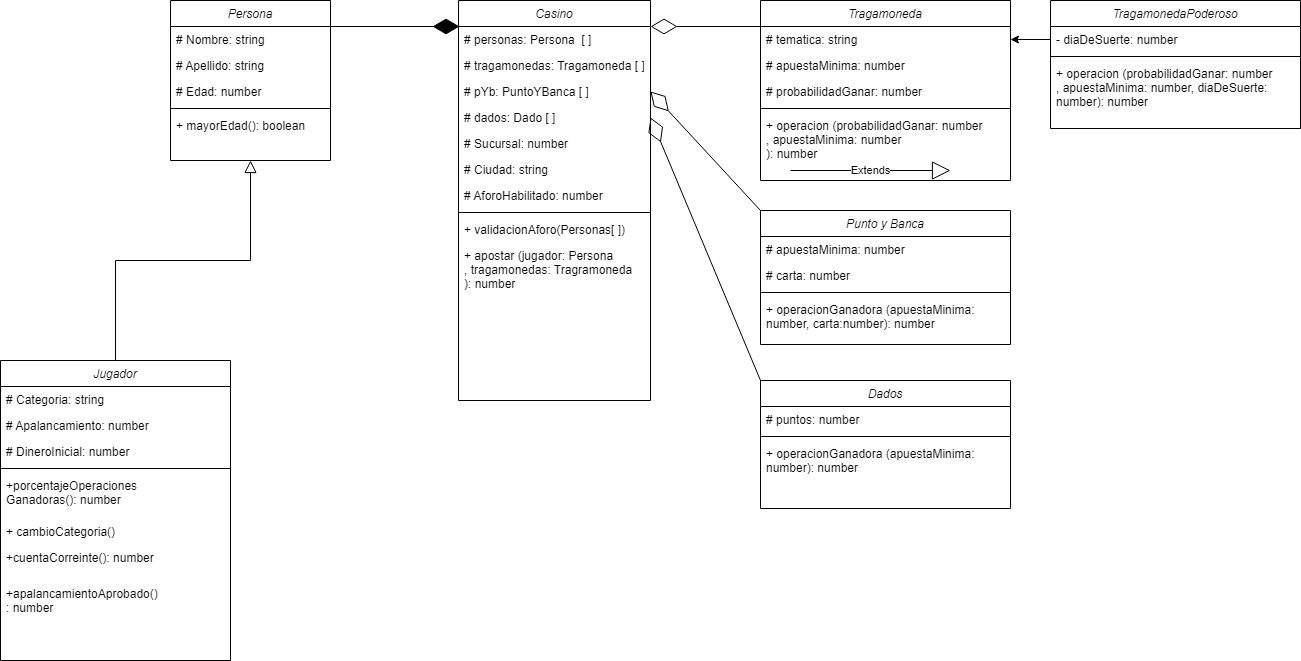
A90G/Casino-POO keeps this draw.io diagram as Casino.drawio.png. Above is the earlier version. Source tidied: cells renumbered, new cells last; positions are measured from the earlier drawing's top-left corner, leaving out a move shared by most shapes.
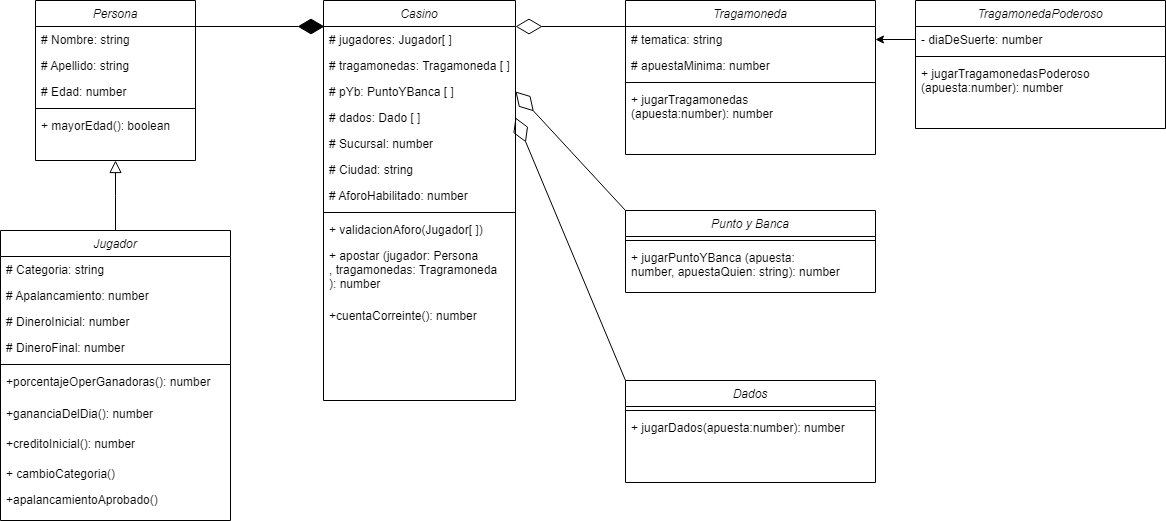
After the change.

Commit message:
uml y txt

The edit, as a diff of the source:
```diff
@@ -21,7 +21,7 @@
       <mxGeometry y="112" width="160" height="26" as="geometry" />
     </mxCell>
     <mxCell id="8" value="Jugador" style="swimlane;fontStyle=2;align=center;verticalAlign=top;horizontal=1;startSize=26;rounded=0;shadow=0;strokeWidth=1;" parent="1" vertex="1">
-      <mxGeometry y="360" width="230" height="300" as="geometry" />
+      <mxGeometry x="135" y="230" width="230" height="290" as="geometry" />
     </mxCell>
     <mxCell id="9" value="# Categoria: string" style="text;align=left;verticalAlign=top;spacingLeft=4;spacingRight=4;overflow=hidden;rounded=0;shadow=0;html=0;" parent="8" vertex="1">
       <mxGeometry y="26" width="230" height="26" as="geometry" />
@@ -32,20 +32,26 @@
     <mxCell id="11" value="# DineroInicial: number" style="text;align=left;verticalAlign=top;spacingLeft=4;spacingRight=4;overflow=hidden;rounded=0;shadow=0;html=0;" parent="8" vertex="1">
       <mxGeometry y="78" width="230" height="26" as="geometry" />
     </mxCell>
+    <mxCell id="54" value="# DineroFinal: number" style="text;align=left;verticalAlign=top;spacingLeft=4;spacingRight=4;overflow=hidden;rounded=0;shadow=0;html=0;" parent="8" vertex="1">
+      <mxGeometry y="104" width="230" height="26" as="geometry" />
+    </mxCell>
     <mxCell id="12" style="line;html=1;strokeWidth=1;align=left;verticalAlign=middle;spacingTop=-1;spacingLeft=3;spacingRight=3;labelPosition=right;" parent="8" vertex="1">
-      <mxGeometry y="104" width="230" height="8" as="geometry" />
+      <mxGeometry y="130" width="230" height="8" as="geometry" />
     </mxCell>
-    <mxCell id="13" value="+porcentajeOperaciones&#10;Ganadoras(): number" style="text;align=left;verticalAlign=top;spacingLeft=4;spacingRight=4;overflow=hidden;fontStyle=0;" parent="8" vertex="1">
-      <mxGeometry y="112" width="230" height="46" as="geometry" />
+    <mxCell id="13" value="+porcentajeOperGanadoras(): number" style="text;align=left;verticalAlign=top;spacingLeft=4;spacingRight=4;overflow=hidden;fontStyle=0;" parent="8" vertex="1">
+      <mxGeometry y="138" width="230" height="32" as="geometry" />
     </mxCell>
+    <mxCell id="55" value="+gananciaDelDia(): number" style="text;align=left;verticalAlign=top;spacingLeft=4;spacingRight=4;overflow=hidden;fontStyle=0;" parent="8" vertex="1">
+      <mxGeometry y="170" width="230" height="30" as="geometry" />
+    </mxCell>
+    <mxCell id="56" value="+creditoInicial(): number" style="text;align=left;verticalAlign=top;spacingLeft=4;spacingRight=4;overflow=hidden;fontStyle=0;" parent="8" vertex="1">
+      <mxGeometry y="200" width="230" height="30" as="geometry" />
+    </mxCell>
     <mxCell id="14" value="+ cambioCategoria()" style="text;align=left;verticalAlign=top;spacingLeft=4;spacingRight=4;overflow=hidden;" parent="8" vertex="1">
-      <mxGeometry y="158" width="230" height="26" as="geometry" />
+      <mxGeometry y="230" width="230" height="26" as="geometry" />
     </mxCell>
-    <mxCell id="15" value="+cuentaCorreinte(): number&#10;" style="text;align=left;verticalAlign=top;spacingLeft=4;spacingRight=4;overflow=hidden;fontStyle=0;" parent="8" vertex="1">
-      <mxGeometry y="184" width="230" height="36" as="geometry" />
-    </mxCell>
-    <mxCell id="16" value="+apalancamientoAprobado()&#10;: number" style="text;align=left;verticalAlign=top;spacingLeft=4;spacingRight=4;overflow=hidden;fontStyle=0;" parent="8" vertex="1">
-      <mxGeometry y="220" width="230" height="46" as="geometry" />
+    <mxCell id="16" value="+apalancamientoAprobado()" style="text;align=left;verticalAlign=top;spacingLeft=4;spacingRight=4;overflow=hidden;fontStyle=0;" parent="8" vertex="1">
+      <mxGeometry y="256" width="230" height="24" as="geometry" />
     </mxCell>
     <mxCell id="17" style="endArrow=block;endSize=10;endFill=0;shadow=0;strokeWidth=1;rounded=0;edgeStyle=elbowEdgeStyle;elbow=vertical;" parent="1" edge="1" source="8" target="2">
       <mxGeometry relative="1" as="geometry" />
@@ -53,7 +59,7 @@
     <mxCell id="18" value="Casino" style="swimlane;fontStyle=2;align=center;verticalAlign=top;horizontal=1;startSize=26;rounded=0;shadow=0;strokeWidth=1;" parent="1" vertex="1">
       <mxGeometry x="458" width="192" height="400" as="geometry" />
     </mxCell>
-    <mxCell id="19" value="# personas: Persona  [ ]" style="text;align=left;verticalAlign=top;spacingLeft=4;spacingRight=4;overflow=hidden;" parent="18" vertex="1">
+    <mxCell id="19" value="# jugadores: Jugador[ ]" style="text;align=left;verticalAlign=top;spacingLeft=4;spacingRight=4;overflow=hidden;" parent="18" vertex="1">
       <mxGeometry y="26" width="192" height="26" as="geometry" />
     </mxCell>
     <mxCell id="20" value="# tragamonedas: Tragamoneda [ ]" style="text;align=left;verticalAlign=top;spacingLeft=4;spacingRight=4;overflow=hidden;rounded=0;shadow=0;html=0;" parent="18" vertex="1">
@@ -77,12 +83,15 @@
     <mxCell id="26" style="line;html=1;strokeWidth=1;align=left;verticalAlign=middle;spacingTop=-1;spacingLeft=3;spacingRight=3;labelPosition=right;" parent="18" vertex="1">
       <mxGeometry y="208" width="192" height="8" as="geometry" />
     </mxCell>
-    <mxCell id="27" value="+ validacionAforo(Personas[ ])" style="text;align=left;verticalAlign=top;spacingLeft=4;spacingRight=4;overflow=hidden;" parent="18" vertex="1">
+    <mxCell id="27" value="+ validacionAforo(Jugador[ ])" style="text;align=left;verticalAlign=top;spacingLeft=4;spacingRight=4;overflow=hidden;" parent="18" vertex="1">
       <mxGeometry y="216" width="192" height="26" as="geometry" />
     </mxCell>
     <mxCell id="28" value="+ apostar (jugador: Persona&#10;, tragamonedas: Tragramoneda&#10;): number" style="text;strokeColor=none;fillColor=none;align=left;verticalAlign=top;spacingLeft=4;spacingRight=4;overflow=hidden;" parent="18" vertex="1">
       <mxGeometry y="242" width="192" height="60" as="geometry" />
     </mxCell>
+    <mxCell id="15" value="+cuentaCorreinte(): number&#10;" style="text;align=left;verticalAlign=top;spacingLeft=4;spacingRight=4;overflow=hidden;fontStyle=0;" parent="18" vertex="1">
+      <mxGeometry y="302" width="192" height="36" as="geometry" />
+    </mxCell>
     <mxCell id="29" style="endArrow=diamondThin;endFill=1;endSize=24;html=1;rounded=0;" parent="1" edge="1">
       <mxGeometry relative="1" as="geometry">
         <mxPoint x="299" y="26" as="sourcePoint" />
@@ -96,7 +105,7 @@
       </mxGeometry>
     </mxCell>
     <mxCell id="31" value="Tragamoneda" style="swimlane;fontStyle=2;align=center;verticalAlign=top;horizontal=1;startSize=26;" parent="1" vertex="1">
-      <mxGeometry x="760" width="250" height="180" as="geometry" />
+      <mxGeometry x="760" width="250" height="154" as="geometry" />
     </mxCell>
     <mxCell id="32" value="# tematica: string" style="text;strokeColor=none;fillColor=none;align=left;verticalAlign=top;spacingLeft=4;spacingRight=4;overflow=hidden;points=[[0,0.5],[1,0.5]];portConstraint=eastwest;" parent="31" vertex="1">
       <mxGeometry y="26" width="250" height="26" as="geometry" />
@@ -104,29 +113,20 @@
     <mxCell id="33" value="# apuestaMinima: number" style="text;strokeColor=none;fillColor=none;align=left;verticalAlign=top;spacingLeft=4;spacingRight=4;overflow=hidden;" parent="31" vertex="1">
       <mxGeometry y="52" width="250" height="26" as="geometry" />
     </mxCell>
-    <mxCell id="34" value="# probabilidadGanar: number" style="text;strokeColor=none;fillColor=none;align=left;verticalAlign=top;spacingLeft=4;spacingRight=4;overflow=hidden;" parent="31" vertex="1">
-      <mxGeometry y="78" width="250" height="26" as="geometry" />
-    </mxCell>
     <mxCell id="35" style="line;strokeWidth=1;fillColor=none;align=left;verticalAlign=middle;spacingTop=-1;spacingLeft=3;spacingRight=3;labelPosition=right;strokeColor=inherit;" parent="31" vertex="1">
-      <mxGeometry y="104" width="250" height="8" as="geometry" />
+      <mxGeometry y="78" width="250" height="8" as="geometry" />
     </mxCell>
-    <mxCell id="36" value="+ operacion (probabilidadGanar: number&#10;, apuestaMinima: number&#10;): number" style="text;strokeColor=none;fillColor=none;align=left;verticalAlign=top;spacingLeft=4;spacingRight=4;overflow=hidden;" parent="31" vertex="1">
-      <mxGeometry y="112" width="250" height="68" as="geometry" />
+    <mxCell id="36" value="+ jugarTragamonedas&#10;(apuesta:number): number" style="text;strokeColor=none;fillColor=none;align=left;verticalAlign=top;spacingLeft=4;spacingRight=4;overflow=hidden;" parent="31" vertex="1">
+      <mxGeometry y="86" width="250" height="68" as="geometry" />
     </mxCell>
     <mxCell id="37" value="Punto y Banca" style="swimlane;fontStyle=2;align=center;verticalAlign=top;horizontal=1;startSize=26;" parent="1" vertex="1">
-      <mxGeometry x="760" y="210" width="250" height="134" as="geometry" />
+      <mxGeometry x="760" y="210" width="250" height="82" as="geometry" />
     </mxCell>
-    <mxCell id="38" value="# apuestaMinima: number" style="text;strokeColor=none;fillColor=none;align=left;verticalAlign=top;spacingLeft=4;spacingRight=4;overflow=hidden;" parent="37" vertex="1">
-      <mxGeometry y="26" width="250" height="26" as="geometry" />
-    </mxCell>
-    <mxCell id="39" value="# carta: number" style="text;strokeColor=none;fillColor=none;align=left;verticalAlign=top;spacingLeft=4;spacingRight=4;overflow=hidden;" parent="37" vertex="1">
-      <mxGeometry y="52" width="250" height="26" as="geometry" />
-    </mxCell>
     <mxCell id="40" style="line;strokeWidth=1;fillColor=none;align=left;verticalAlign=middle;spacingTop=-1;spacingLeft=3;spacingRight=3;labelPosition=right;strokeColor=inherit;" parent="37" vertex="1">
-      <mxGeometry y="78" width="250" height="8" as="geometry" />
+      <mxGeometry y="26" width="250" height="8" as="geometry" />
     </mxCell>
-    <mxCell id="41" value="+ operacionGanadora (apuestaMinima: &#10;number, carta:number): number" style="text;strokeColor=none;fillColor=none;align=left;verticalAlign=top;spacingLeft=4;spacingRight=4;overflow=hidden;" parent="37" vertex="1">
-      <mxGeometry y="86" width="250" height="48" as="geometry" />
+    <mxCell id="41" value="+ jugarPuntoYBanca (apuesta: &#10;number, apuestaQuien: string): number" style="text;strokeColor=none;fillColor=none;align=left;verticalAlign=top;spacingLeft=4;spacingRight=4;overflow=hidden;" parent="37" vertex="1">
+      <mxGeometry y="34" width="250" height="48" as="geometry" />
     </mxCell>
     <mxCell id="42" style="endArrow=diamondThin;endFill=0;endSize=24;html=1;rounded=0;entryX=1;entryY=0.5;entryDx=0;entryDy=0;exitX=0;exitY=0;exitDx=0;exitDy=0;" parent="1" edge="1" source="37" target="21">
       <mxGeometry relative="1" as="geometry" />
@@ -140,31 +140,22 @@
     <mxCell id="45" style="line;strokeWidth=1;fillColor=none;align=left;verticalAlign=middle;spacingTop=-1;spacingLeft=3;spacingRight=3;labelPosition=right;strokeColor=inherit;" parent="43" vertex="1">
       <mxGeometry y="52" width="250" height="8" as="geometry" />
     </mxCell>
-    <mxCell id="46" value="+ operacion (probabilidadGanar: number&#10;, apuestaMinima: number, diaDeSuerte:&#10;number): number" style="text;strokeColor=none;fillColor=none;align=left;verticalAlign=top;spacingLeft=4;spacingRight=4;overflow=hidden;" parent="43" vertex="1">
+    <mxCell id="46" value="+ jugarTragamonedasPoderoso&#10;(apuesta:number): number" style="text;strokeColor=none;fillColor=none;align=left;verticalAlign=top;spacingLeft=4;spacingRight=4;overflow=hidden;" parent="43" vertex="1">
       <mxGeometry y="60" width="250" height="68" as="geometry" />
     </mxCell>
-    <mxCell id="47" value="Extends" style="endArrow=block;endSize=16;endFill=0;html=1;rounded=0;" parent="1" edge="1">
-      <mxGeometry relative="1" as="geometry">
-        <mxPoint x="790" y="170" as="sourcePoint" />
-        <mxPoint x="950" y="170" as="targetPoint" />
-      </mxGeometry>
-    </mxCell>
     <mxCell id="48" style="edgeStyle=orthogonalEdgeStyle;rounded=0;jettySize=auto;html=1;exitX=0;exitY=0.5;exitDx=0;exitDy=0;entryX=1;entryY=0.5;entryDx=0;entryDy=0;" parent="1" edge="1" target="32">
       <mxGeometry relative="1" as="geometry">
         <mxPoint x="1050" y="39" as="sourcePoint" />
       </mxGeometry>
     </mxCell>
     <mxCell id="49" value="Dados" style="swimlane;fontStyle=2;align=center;verticalAlign=top;horizontal=1;startSize=26;" parent="1" vertex="1">
-      <mxGeometry x="760" y="380" width="250" height="128" as="geometry" />
+      <mxGeometry x="760" y="380" width="250" height="102" as="geometry" />
     </mxCell>
-    <mxCell id="50" value="# puntos: number" style="text;strokeColor=none;fillColor=none;align=left;verticalAlign=top;spacingLeft=4;spacingRight=4;overflow=hidden;" parent="49" vertex="1">
-      <mxGeometry y="26" width="250" height="26" as="geometry" />
-    </mxCell>
     <mxCell id="51" style="line;strokeWidth=1;fillColor=none;align=left;verticalAlign=middle;spacingTop=-1;spacingLeft=3;spacingRight=3;labelPosition=right;strokeColor=inherit;" parent="49" vertex="1">
-      <mxGeometry y="52" width="250" height="8" as="geometry" />
+      <mxGeometry y="26" width="250" height="8" as="geometry" />
     </mxCell>
-    <mxCell id="52" value="+ operacionGanadora (apuestaMinima: &#10;number): number" style="text;strokeColor=none;fillColor=none;align=left;verticalAlign=top;spacingLeft=4;spacingRight=4;overflow=hidden;" parent="49" vertex="1">
-      <mxGeometry y="60" width="250" height="68" as="geometry" />
+    <mxCell id="52" value="+ jugarDados(apuesta:number): number" style="text;strokeColor=none;fillColor=none;align=left;verticalAlign=top;spacingLeft=4;spacingRight=4;overflow=hidden;" parent="49" vertex="1">
+      <mxGeometry y="34" width="250" height="68" as="geometry" />
     </mxCell>
     <mxCell id="53" style="endArrow=diamondThin;endFill=0;endSize=24;html=1;rounded=0;exitX=0;exitY=0;exitDx=0;exitDy=0;entryX=1;entryY=0.5;entryDx=0;entryDy=0;" parent="1" edge="1" source="49" target="22">
       <mxGeometry relative="1" as="geometry" />
```
